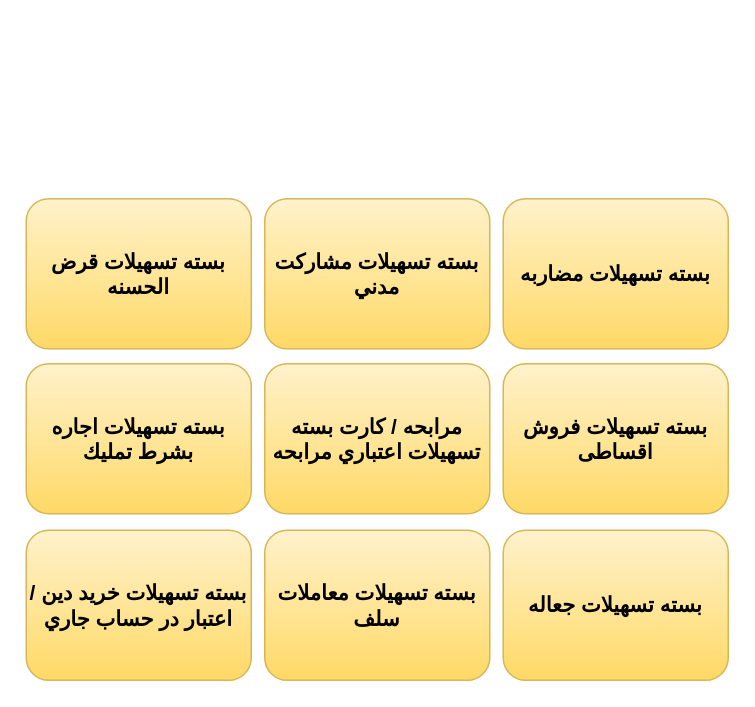
saeidmaleki/Facility keeps this draw.io diagram as page "بسته ها" (5 of 8) of param.drawio. Above is the earlier version. Source tidied: cells renumbered, new cells numbered last; positions are measured from the earlier drawing's top-left corner, leaving out a move shared by most shapes. Both pictures are drawn from the tidied source at 150%, with x=0, y=0 at pixel (26, 198).
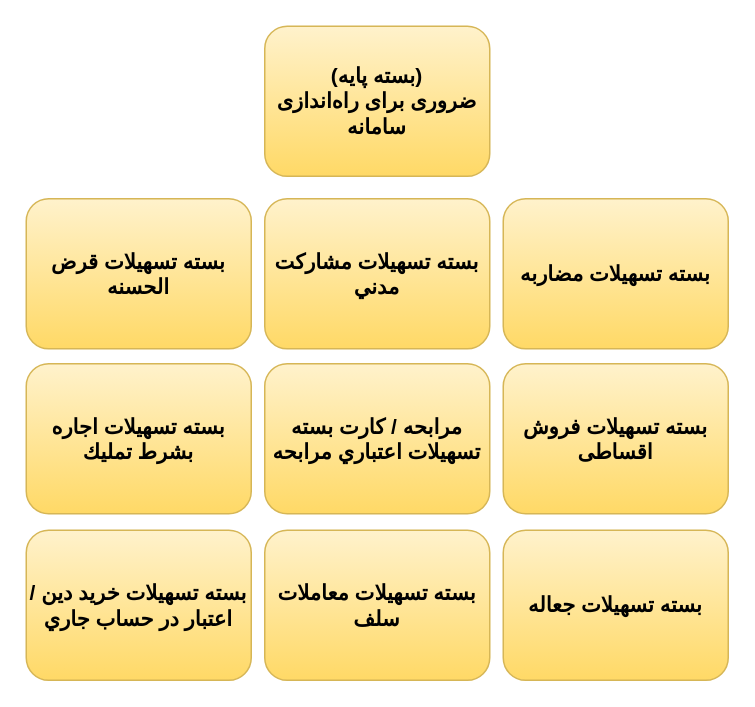
After the change.

The edit, as a diff of the source:
```diff
@@
 <mxGraphModel>
   <root>
     <mxCell id="0" />
     <mxCell id="1" parent="0" />
     <mxCell id="2" value="بسته تسهیلات&amp;nbsp;مشاركت مدني" style="shape=ext;rounded=1;html=1;whiteSpace=wrap;shadow=0;glass=0;labelBackgroundColor=none;fillColor=#fff2cc;strokeColor=#d6b656;fontStyle=1;fontSize=14;gradientColor=#ffd966;" parent="1" vertex="1">
       <mxGeometry x="159" width="150" height="100" as="geometry" />
     </mxCell>
     <mxCell id="3" value="بسته تسهیلات&amp;nbsp;مضاربه" style="shape=ext;rounded=1;html=1;whiteSpace=wrap;shadow=0;glass=0;labelBackgroundColor=none;fillColor=#fff2cc;strokeColor=#d6b656;fontStyle=1;fontSize=14;gradientColor=#ffd966;" parent="1" vertex="1">
       <mxGeometry x="318" width="150" height="100" as="geometry" />
     </mxCell>
     <mxCell id="4" value="بسته تسهیلات&amp;nbsp;فروش اقساطی" style="shape=ext;rounded=1;html=1;whiteSpace=wrap;shadow=0;glass=0;labelBackgroundColor=none;fillColor=#fff2cc;strokeColor=#d6b656;fontStyle=1;fontSize=14;gradientColor=#ffd966;" parent="1" vertex="1">
       <mxGeometry x="318" y="110" width="150" height="100" as="geometry" />
     </mxCell>
     <mxCell id="5" value="مرابحه / کارت بسته تسهیلات&amp;nbsp;اعتباري مرابحه" style="shape=ext;rounded=1;html=1;whiteSpace=wrap;shadow=0;glass=0;labelBackgroundColor=none;fillColor=#fff2cc;strokeColor=#d6b656;fontStyle=1;fontSize=14;gradientColor=#ffd966;" parent="1" vertex="1">
       <mxGeometry x="159" y="110" width="150" height="100" as="geometry" />
     </mxCell>
     <mxCell id="6" value="بسته تسهیلات&amp;nbsp;معاملات سلف" style="shape=ext;rounded=1;html=1;whiteSpace=wrap;shadow=0;glass=0;labelBackgroundColor=none;fillColor=#fff2cc;strokeColor=#d6b656;fontStyle=1;fontSize=14;gradientColor=#ffd966;" parent="1" vertex="1">
       <mxGeometry x="159" y="221" width="150" height="100" as="geometry" />
     </mxCell>
     <mxCell id="7" value="بسته تسهیلات&amp;nbsp;جعاله" style="shape=ext;rounded=1;html=1;whiteSpace=wrap;shadow=0;glass=0;labelBackgroundColor=none;fillColor=#fff2cc;strokeColor=#d6b656;fontStyle=1;fontSize=14;gradientColor=#ffd966;" parent="1" vertex="1">
       <mxGeometry x="318" y="221" width="150" height="100" as="geometry" />
     </mxCell>
     <mxCell id="8" value="بسته تسهیلات&amp;nbsp;قرض الحسنه" style="shape=ext;rounded=1;html=1;whiteSpace=wrap;shadow=0;glass=0;labelBackgroundColor=none;fillColor=#fff2cc;strokeColor=#d6b656;fontStyle=1;fontSize=14;gradientColor=#ffd966;" parent="1" vertex="1">
       <mxGeometry width="150" height="100" as="geometry" />
     </mxCell>
     <mxCell id="9" value="بسته تسهیلات&amp;nbsp;اجاره بشرط تمليك" style="shape=ext;rounded=1;html=1;whiteSpace=wrap;shadow=0;glass=0;labelBackgroundColor=none;fillColor=#fff2cc;strokeColor=#d6b656;fontStyle=1;fontSize=14;gradientColor=#ffd966;" parent="1" vertex="1">
       <mxGeometry y="110" width="150" height="100" as="geometry" />
     </mxCell>
     <mxCell id="10" value="بسته تسهیلات&amp;nbsp;خريد دين / اعتبار در حساب جاري" style="shape=ext;rounded=1;html=1;whiteSpace=wrap;shadow=0;glass=0;labelBackgroundColor=none;fillColor=#fff2cc;strokeColor=#d6b656;fontStyle=1;fontSize=14;gradientColor=#ffd966;" parent="1" vertex="1">
       <mxGeometry y="221" width="150" height="100" as="geometry" />
     </mxCell>
+    <mxCell id="11" value="(بسته پایه)&lt;div&gt;ضروری برای راه‌اندازی سامانه&lt;/div&gt;" style="shape=ext;rounded=1;html=1;whiteSpace=wrap;shadow=0;glass=0;labelBackgroundColor=none;fillColor=#fff2cc;strokeColor=#d6b656;fontStyle=1;fontSize=14;gradientColor=#ffd966;" parent="1" vertex="1">
+      <mxGeometry x="159" y="-115" width="150" height="100" as="geometry" />
+    </mxCell>
   </root>
 </mxGraphModel>
```
